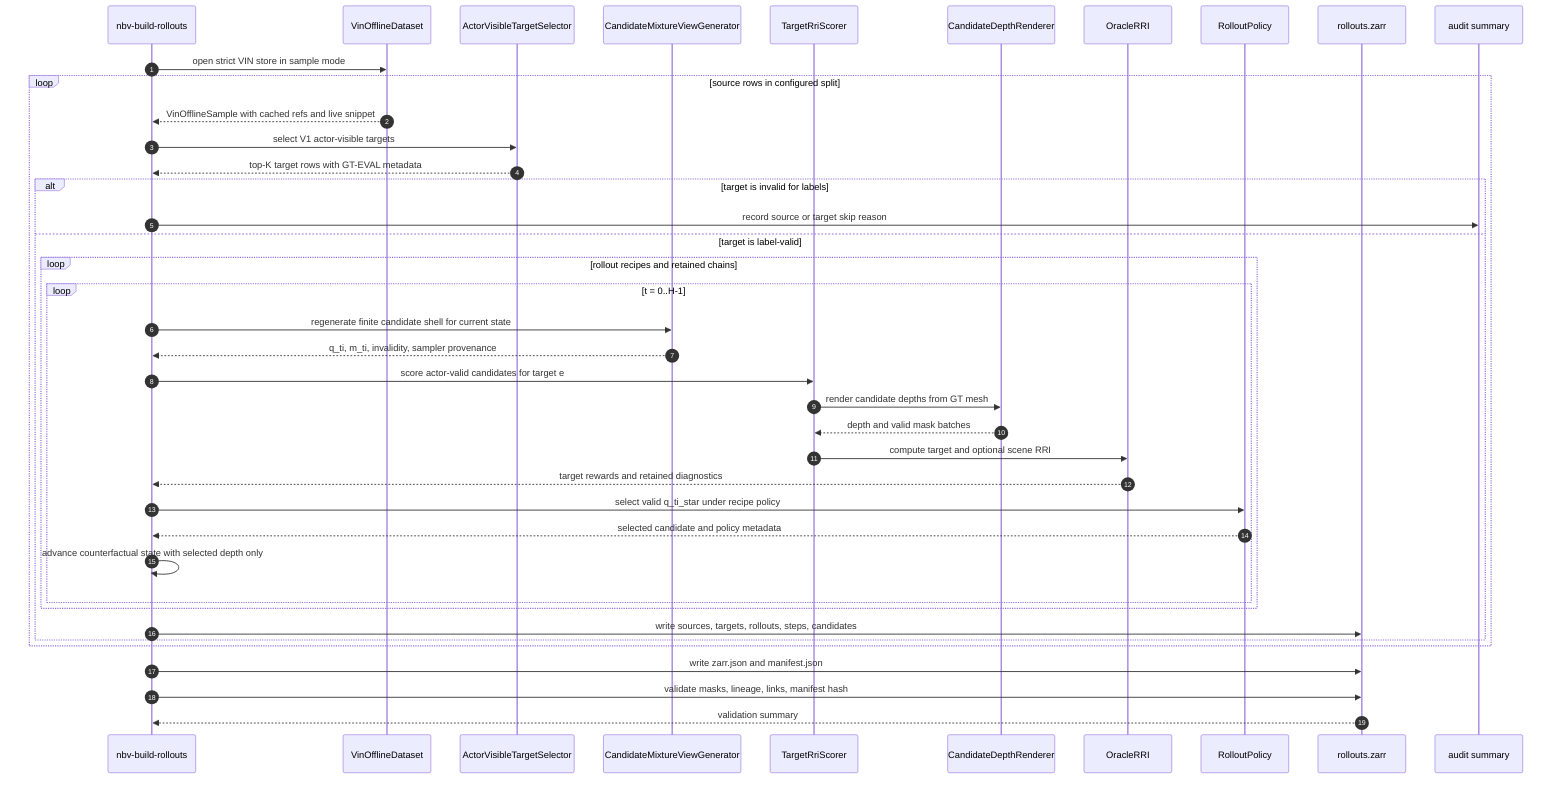
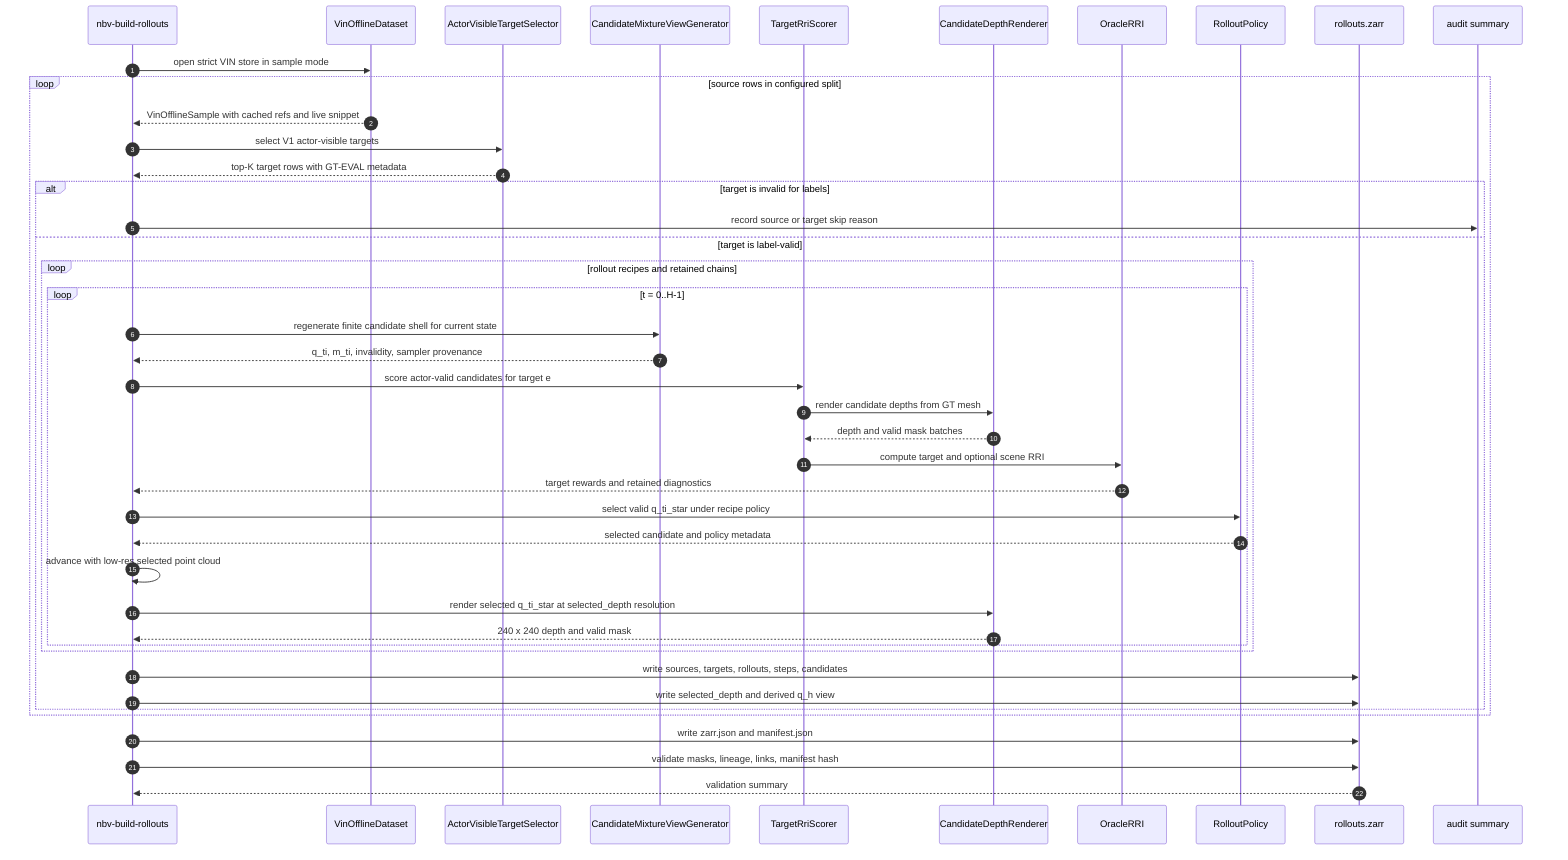
---
config:
  sequence:
    showSequenceNumbers: false
  themeVariables:
    fontSize: "18px"
---
sequenceDiagram
  autonumber
  participant CLI as nbv-build-rollouts
  participant DS as VinOfflineDataset
  participant SEL as ActorVisibleTargetSelector
  participant GEN as CandidateMixtureViewGenerator
  participant SC as TargetRriScorer
  participant REN as CandidateDepthRenderer
  participant RRI as OracleRRI
  participant POL as RolloutPolicy
  participant STORE as rollouts.zarr
  participant AUD as audit summary

  CLI->>DS: open strict VIN store in sample mode
  loop source rows in configured split
    DS-->>CLI: VinOfflineSample with cached refs and live snippet
    CLI->>SEL: select V1 actor-visible targets
    SEL-->>CLI: top-K target rows with GT-EVAL metadata
    alt target is invalid for labels
      CLI->>AUD: record source or target skip reason
    else target is label-valid
      loop rollout recipes and retained chains
        loop t = 0..H-1
          CLI->>GEN: regenerate finite candidate shell for current state
          GEN-->>CLI: q_ti, m_ti, invalidity, sampler provenance
          CLI->>SC: score actor-valid candidates for target e
          SC->>REN: render candidate depths from GT mesh
          REN-->>SC: depth and valid mask batches
          SC->>RRI: compute target and optional scene RRI
          RRI-->>CLI: target rewards and retained diagnostics
          CLI->>POL: select valid q_ti_star under recipe policy
          POL-->>CLI: selected candidate and policy metadata
-           CLI->>CLI: advance counterfactual state with selected depth only
+           CLI->>CLI: advance with low-res selected point cloud
+           CLI->>REN: render selected q_ti_star at selected_depth resolution
+           REN-->>CLI: 240 x 240 depth and valid mask
        end
      end
      CLI->>STORE: write sources, targets, rollouts, steps, candidates
+       CLI->>STORE: write selected_depth and derived q_h view
    end
  end
  CLI->>STORE: write zarr.json and manifest.json
  CLI->>STORE: validate masks, lineage, links, manifest hash
  STORE-->>CLI: validation summary
